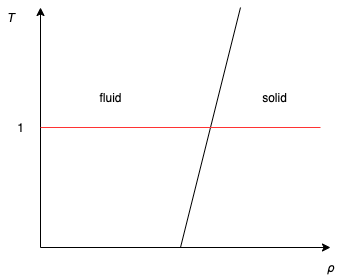
Earlier version of the draw.io export fig/wca-phase-diagram.png (bwkw/graduate-thesis). Source tidied: cells renumbered, new cells last; positions are measured from the earlier drawing's top-left corner, leaving out a move shared by most shapes. The source it was exported from:
```xml
<mxGraphModel>
  <root>
    <mxCell id="0" />
    <mxCell id="1" parent="0" />
    <mxCell id="2" style="endArrow=classic;html=1;" parent="1" edge="1">
      <mxGeometry relative="1" as="geometry">
        <mxPoint x="40" y="240" as="sourcePoint" />
        <mxPoint x="40" as="targetPoint" />
      </mxGeometry>
    </mxCell>
    <mxCell id="3" style="endArrow=classic;html=1;" parent="1" edge="1">
      <mxGeometry relative="1" as="geometry">
        <mxPoint x="40" y="240" as="sourcePoint" />
        <mxPoint x="330" y="240" as="targetPoint" />
      </mxGeometry>
    </mxCell>
    <mxCell id="4" style="endArrow=none;html=1;" parent="1" edge="1">
      <mxGeometry relative="1" as="geometry">
        <mxPoint x="180" y="240" as="sourcePoint" />
        <mxPoint x="240" as="targetPoint" />
      </mxGeometry>
    </mxCell>
    <mxCell id="5" value="&lt;i&gt;ρ&lt;/i&gt;" style="text;html=1;align=center;verticalAlign=middle;" parent="1" vertex="1">
      <mxGeometry x="320" y="250" width="20" height="20" as="geometry" />
    </mxCell>
    <mxCell id="6" value="&lt;i&gt;T&lt;/i&gt;" style="text;html=1;align=center;verticalAlign=middle;" parent="1" vertex="1">
      <mxGeometry width="20" height="20" as="geometry" />
    </mxCell>
    <mxCell id="7" style="endArrow=none;html=1;strokeColor=#FF3333;" parent="1" edge="1">
      <mxGeometry relative="1" as="geometry">
        <mxPoint x="40" y="120" as="sourcePoint" />
        <mxPoint x="320" y="120" as="targetPoint" />
      </mxGeometry>
    </mxCell>
    <mxCell id="8" value="fluid" style="text;html=1;align=center;verticalAlign=middle;" parent="1" vertex="1">
      <mxGeometry x="90" y="80" width="40" height="20" as="geometry" />
    </mxCell>
    <mxCell id="9" value="solid" style="text;html=1;align=center;verticalAlign=middle;" parent="1" vertex="1">
      <mxGeometry x="254" y="80" width="40" height="20" as="geometry" />
    </mxCell>
    <mxCell id="10" value="1" style="text;html=1;align=center;verticalAlign=middle;" parent="1" vertex="1">
      <mxGeometry x="10" y="110" width="20" height="20" as="geometry" />
    </mxCell>
  </root>
</mxGraphModel>
```
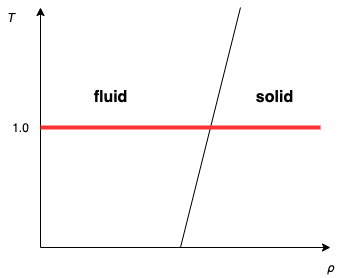
After the commit.

The edit, as a diff of the source:
```diff
@@ -4,42 +4,42 @@
     <mxCell id="1" parent="0" />
     <mxCell id="2" style="endArrow=classic;html=1;" parent="1" edge="1">
       <mxGeometry relative="1" as="geometry">
-        <mxPoint x="40" y="240" as="sourcePoint" />
-        <mxPoint x="40" as="targetPoint" />
+        <mxPoint x="45" y="240" as="sourcePoint" />
+        <mxPoint x="45" as="targetPoint" />
       </mxGeometry>
     </mxCell>
     <mxCell id="3" style="endArrow=classic;html=1;" parent="1" edge="1">
       <mxGeometry relative="1" as="geometry">
-        <mxPoint x="40" y="240" as="sourcePoint" />
-        <mxPoint x="330" y="240" as="targetPoint" />
+        <mxPoint x="45" y="240" as="sourcePoint" />
+        <mxPoint x="335" y="240" as="targetPoint" />
       </mxGeometry>
     </mxCell>
     <mxCell id="4" style="endArrow=none;html=1;" parent="1" edge="1">
       <mxGeometry relative="1" as="geometry">
-        <mxPoint x="180" y="240" as="sourcePoint" />
-        <mxPoint x="240" as="targetPoint" />
+        <mxPoint x="185" y="240" as="sourcePoint" />
+        <mxPoint x="245" as="targetPoint" />
       </mxGeometry>
     </mxCell>
     <mxCell id="5" value="&lt;i&gt;ρ&lt;/i&gt;" style="text;html=1;align=center;verticalAlign=middle;" parent="1" vertex="1">
-      <mxGeometry x="320" y="250" width="20" height="20" as="geometry" />
+      <mxGeometry x="325" y="250" width="20" height="20" as="geometry" />
     </mxCell>
     <mxCell id="6" value="&lt;i&gt;T&lt;/i&gt;" style="text;html=1;align=center;verticalAlign=middle;" parent="1" vertex="1">
-      <mxGeometry width="20" height="20" as="geometry" />
+      <mxGeometry x="5" width="20" height="20" as="geometry" />
     </mxCell>
-    <mxCell id="7" style="endArrow=none;html=1;strokeColor=#FF3333;" parent="1" edge="1">
+    <mxCell id="7" style="endArrow=none;html=1;strokeColor=#FF3333;fontSize=12;strokeWidth=4;" parent="1" edge="1">
       <mxGeometry relative="1" as="geometry">
-        <mxPoint x="40" y="120" as="sourcePoint" />
-        <mxPoint x="320" y="120" as="targetPoint" />
+        <mxPoint x="45" y="120" as="sourcePoint" />
+        <mxPoint x="325" y="120" as="targetPoint" />
       </mxGeometry>
     </mxCell>
-    <mxCell id="8" value="fluid" style="text;html=1;align=center;verticalAlign=middle;" parent="1" vertex="1">
-      <mxGeometry x="90" y="80" width="40" height="20" as="geometry" />
+    <mxCell id="8" value="fluid" style="text;html=1;align=center;verticalAlign=middle;strokeWidth=3;fontStyle=1;fontSize=16;" parent="1" vertex="1">
+      <mxGeometry x="90" y="80" width="50" height="20" as="geometry" />
     </mxCell>
-    <mxCell id="9" value="solid" style="text;html=1;align=center;verticalAlign=middle;" parent="1" vertex="1">
-      <mxGeometry x="254" y="80" width="40" height="20" as="geometry" />
+    <mxCell id="9" value="solid" style="text;html=1;align=center;verticalAlign=middle;fontSize=16;fontStyle=1;" parent="1" vertex="1">
+      <mxGeometry x="254" y="80" width="50" height="20" as="geometry" />
     </mxCell>
-    <mxCell id="10" value="1" style="text;html=1;align=center;verticalAlign=middle;" parent="1" vertex="1">
-      <mxGeometry x="10" y="110" width="20" height="20" as="geometry" />
+    <mxCell id="10" value="1.0" style="text;html=1;align=center;verticalAlign=middle;" parent="1" vertex="1">
+      <mxGeometry x="10" y="110" width="30" height="20" as="geometry" />
     </mxCell>
   </root>
 </mxGraphModel>
```
